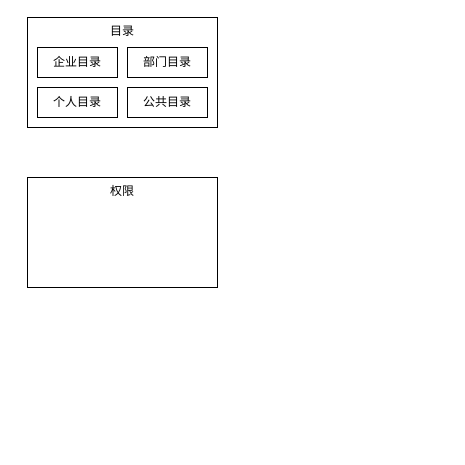
Before: page "企业网盘" (4 of 4) of StreamOA架构设计.drawio in zebra-min/my-design, a draw.io diagram. Source tidied: cells renumbered, new cells numbered last; positions are measured from the earlier drawing's top-left corner, leaving out a move shared by most shapes. Both pictures are drawn from the tidied source at 100%, with x=0, y=0 at pixel (27, 17).
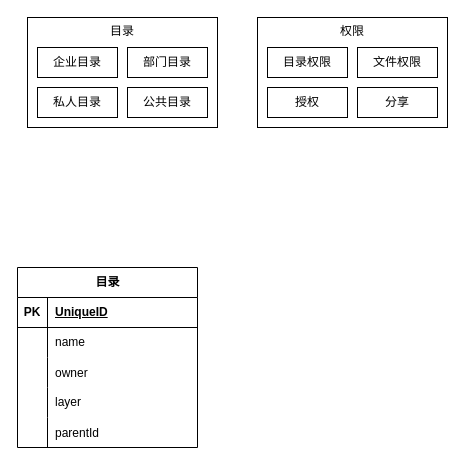
After the change.

Diff of the diagram source:
```diff
@@
-    <mxCell id="5" value="个人目录" style="rounded=0;whiteSpace=wrap;html=1;" parent="1" vertex="1">
+    <mxCell id="5" value="私人目录" style="rounded=0;whiteSpace=wrap;html=1;" parent="1" vertex="1">
       <mxGeometry x="10" y="70" width="80" height="30" as="geometry" />
     </mxCell>
@@
     <mxCell id="7" value="权限" style="rounded=0;whiteSpace=wrap;html=1;verticalAlign=top;align=center;" parent="1" vertex="1">
-      <mxGeometry y="160" width="190" height="110" as="geometry" />
+      <mxGeometry x="230" width="190" height="110" as="geometry" />
     </mxCell>
+    <mxCell id="8" value="目录" style="shape=table;startSize=30;childLayout=tableLayout;rowLines=0;fontStyle=1;align=center;html=1;" parent="1" vertex="1">
+      <mxGeometry x="-10" y="250" width="180" height="180" as="geometry" />
+    </mxCell>
+    <mxCell id="9" style="shape=tableRow;horizontal=0;startSize=0;swimlaneHead=0;swimlaneBody=0;fillColor=none;top=0;left=0;right=0;bottom=1;" parent="8" vertex="1">
+      <mxGeometry y="30" width="180" height="30" as="geometry" />
+    </mxCell>
+    <mxCell id="10" value="PK" style="shape=partialRectangle;fillColor=none;top=0;left=0;bottom=0;right=0;fontStyle=1;overflow=hidden;whiteSpace=wrap;html=1;" parent="9" vertex="1">
+      <mxGeometry width="30" height="30" as="geometry" />
+    </mxCell>
+    <mxCell id="11" value="UniqueID" style="shape=partialRectangle;fillColor=none;top=0;left=0;bottom=0;right=0;align=left;spacingLeft=6;fontStyle=5;overflow=hidden;whiteSpace=wrap;html=1;" parent="9" vertex="1">
+      <mxGeometry x="30" width="150" height="30" as="geometry" />
+    </mxCell>
+    <mxCell id="12" style="shape=tableRow;horizontal=0;startSize=0;swimlaneHead=0;swimlaneBody=0;fillColor=none;top=0;left=0;right=0;bottom=0;" parent="8" vertex="1">
+      <mxGeometry y="60" width="180" height="30" as="geometry" />
+    </mxCell>
+    <mxCell id="13" style="shape=partialRectangle;fillColor=none;top=0;left=0;bottom=0;right=0;overflow=hidden;whiteSpace=wrap;html=1;" parent="12" vertex="1">
+      <mxGeometry width="30" height="30" as="geometry" />
+    </mxCell>
+    <mxCell id="14" value="name" style="shape=partialRectangle;fillColor=none;top=0;left=0;bottom=0;right=0;align=left;spacingLeft=6;overflow=hidden;whiteSpace=wrap;html=1;" parent="12" vertex="1">
+      <mxGeometry x="30" width="150" height="30" as="geometry" />
+    </mxCell>
+    <mxCell id="15" style="shape=tableRow;horizontal=0;startSize=0;swimlaneHead=0;swimlaneBody=0;fillColor=none;top=0;left=0;right=0;bottom=0;" parent="8" vertex="1">
+      <mxGeometry y="90" width="180" height="30" as="geometry" />
+    </mxCell>
+    <mxCell id="16" style="shape=partialRectangle;fillColor=none;top=0;left=0;bottom=0;right=0;overflow=hidden;" parent="15" vertex="1">
+      <mxGeometry width="30" height="30" as="geometry" />
+    </mxCell>
+    <mxCell id="17" value="owner" style="shape=partialRectangle;fillColor=none;top=0;left=0;bottom=0;right=0;align=left;spacingLeft=6;overflow=hidden;" parent="15" vertex="1">
+      <mxGeometry x="30" width="150" height="30" as="geometry" />
+    </mxCell>
+    <mxCell id="18" style="shape=tableRow;horizontal=0;startSize=0;swimlaneHead=0;swimlaneBody=0;fillColor=none;top=0;left=0;right=0;bottom=0;" parent="8" vertex="1">
+      <mxGeometry y="120" width="180" height="30" as="geometry" />
+    </mxCell>
+    <mxCell id="19" style="shape=partialRectangle;fillColor=none;top=0;left=0;bottom=0;right=0;overflow=hidden;whiteSpace=wrap;html=1;" parent="18" vertex="1">
+      <mxGeometry width="30" height="30" as="geometry" />
+    </mxCell>
+    <mxCell id="20" value="layer" style="shape=partialRectangle;fillColor=none;top=0;left=0;bottom=0;right=0;align=left;spacingLeft=6;overflow=hidden;whiteSpace=wrap;html=1;" parent="18" vertex="1">
+      <mxGeometry x="30" width="150" height="30" as="geometry" />
+    </mxCell>
+    <mxCell id="21" style="shape=tableRow;horizontal=0;startSize=0;swimlaneHead=0;swimlaneBody=0;fillColor=none;top=0;left=0;right=0;bottom=0;" parent="8" vertex="1">
+      <mxGeometry y="150" width="180" height="30" as="geometry" />
+    </mxCell>
+    <mxCell id="22" style="shape=partialRectangle;fillColor=none;top=0;left=0;bottom=0;right=0;overflow=hidden;" parent="21" vertex="1">
+      <mxGeometry width="30" height="30" as="geometry" />
+    </mxCell>
+    <mxCell id="23" value="parentId" style="shape=partialRectangle;fillColor=none;top=0;left=0;bottom=0;right=0;align=left;spacingLeft=6;overflow=hidden;" parent="21" vertex="1">
+      <mxGeometry x="30" width="150" height="30" as="geometry" />
+    </mxCell>
+    <mxCell id="24" value="目录权限" style="rounded=0;whiteSpace=wrap;html=1;" parent="1" vertex="1">
+      <mxGeometry x="240" y="30" width="80" height="30" as="geometry" />
+    </mxCell>
+    <mxCell id="25" value="文件权限" style="rounded=0;whiteSpace=wrap;html=1;" parent="1" vertex="1">
+      <mxGeometry x="330" y="30" width="80" height="30" as="geometry" />
+    </mxCell>
+    <mxCell id="26" value="授权" style="rounded=0;whiteSpace=wrap;html=1;" parent="1" vertex="1">
+      <mxGeometry x="240" y="70" width="80" height="30" as="geometry" />
+    </mxCell>
+    <mxCell id="27" value="分享" style="rounded=0;whiteSpace=wrap;html=1;" parent="1" vertex="1">
+      <mxGeometry x="330" y="70" width="80" height="30" as="geometry" />
+    </mxCell>
```
